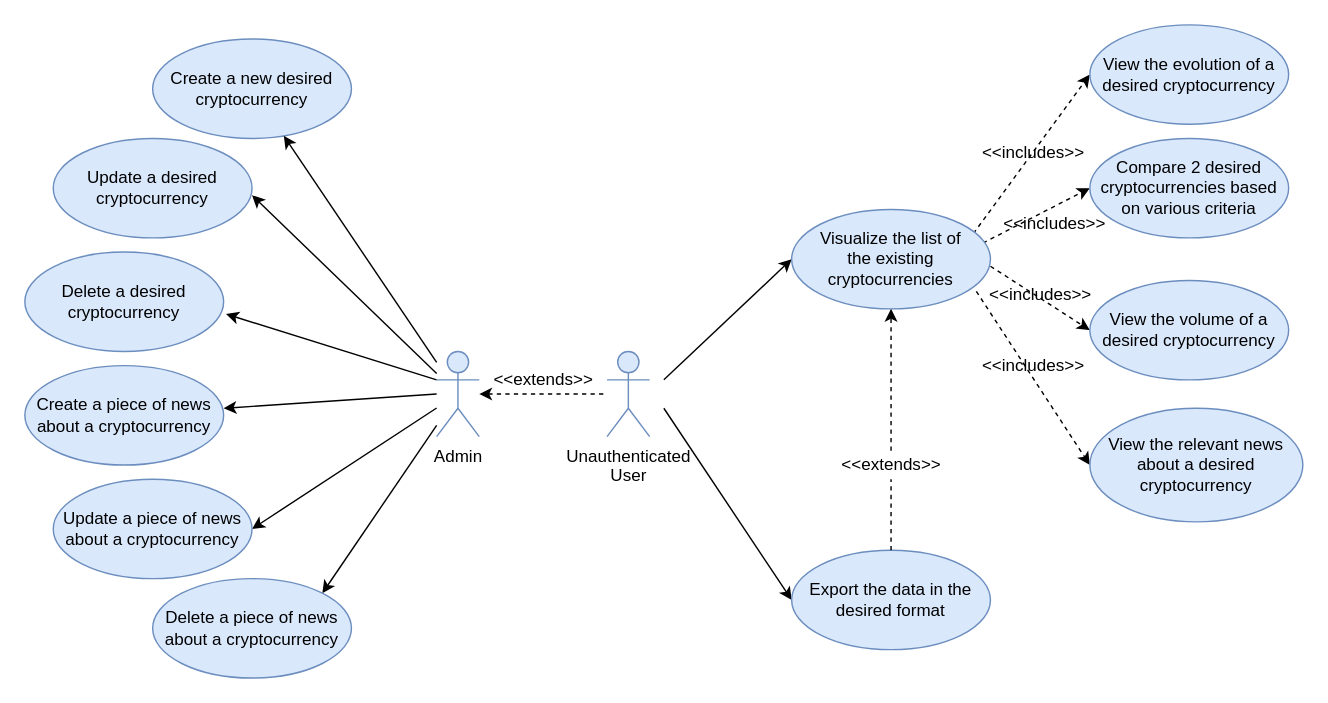
Earlier version of the draw.io diagram diagrams/use-case/UsersUseCaseDiagram.drawio (DianaCrainic/WADe_Project). Source tidied: cells renumbered, new cells numbered last; positions are measured from the earlier drawing's top-left corner, leaving out a move shared by most shapes. Both pictures are drawn from the tidied source at 142%, with x=0, y=0 at pixel (24, 24).
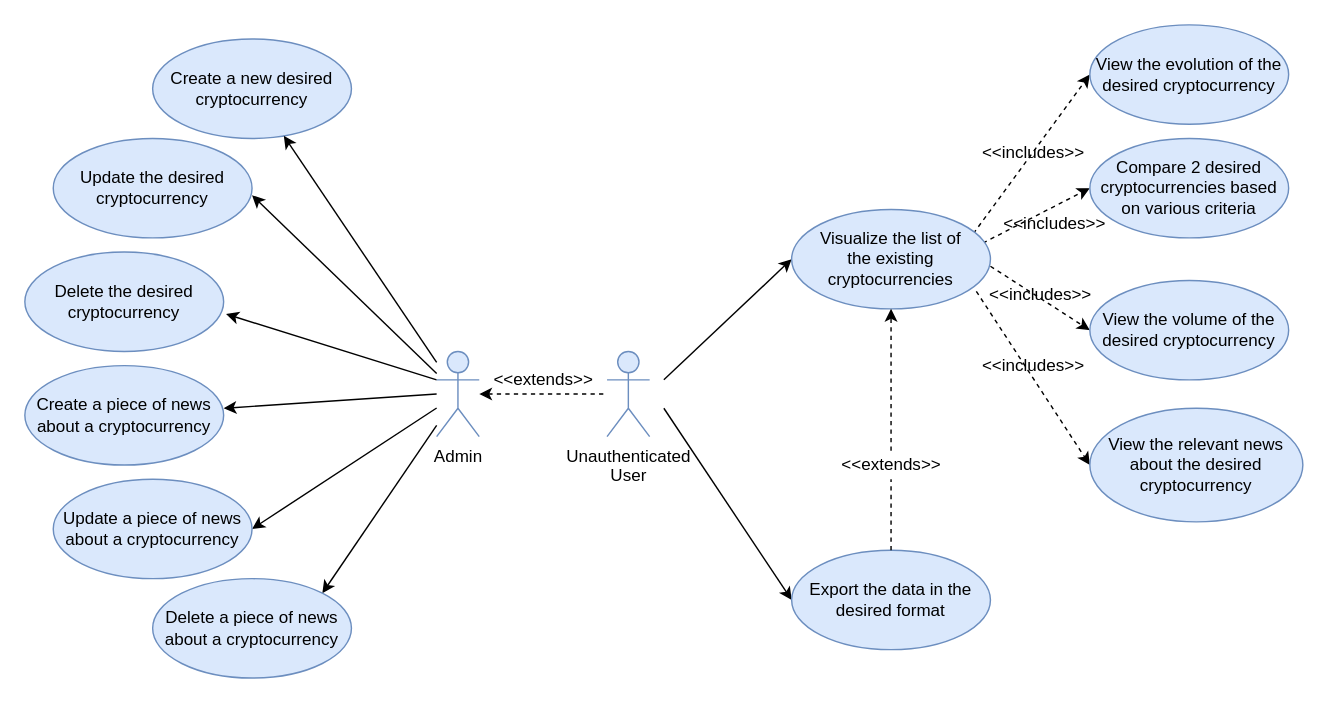
Above is the later version.

Commit message:
update use case diagram

What changed in the source:
```diff
@@
-    <mxCell id="12" value="View the volume of a desired cryptocurrency" style="ellipse;whiteSpace=wrap;html=1;fillColor=#dae8fc;strokeColor=#6c8ebf;" parent="1" vertex="1">
+    <mxCell id="12" value="View the volume of the desired cryptocurrency" style="ellipse;whiteSpace=wrap;html=1;fillColor=#dae8fc;strokeColor=#6c8ebf;" parent="1" vertex="1">
       <mxGeometry x="750" y="180" width="140" height="70" as="geometry" />
     </mxCell>
@@
-    <mxCell id="14" value="View the evolution of a desired cryptocurrency" style="ellipse;whiteSpace=wrap;html=1;fillColor=#dae8fc;strokeColor=#6c8ebf;" parent="1" vertex="1">
+    <mxCell id="14" value="View the evolution of the desired cryptocurrency" style="ellipse;whiteSpace=wrap;html=1;fillColor=#dae8fc;strokeColor=#6c8ebf;" parent="1" vertex="1">
       <mxGeometry x="750" width="140" height="70" as="geometry" />
     </mxCell>
-    <mxCell id="15" value="View the relevant news about a desired cryptocurrency" style="ellipse;whiteSpace=wrap;html=1;fillColor=#dae8fc;strokeColor=#6c8ebf;" parent="1" vertex="1">
+    <mxCell id="15" value="View the relevant news about the desired cryptocurrency" style="ellipse;whiteSpace=wrap;html=1;fillColor=#dae8fc;strokeColor=#6c8ebf;" parent="1" vertex="1">
       <mxGeometry x="750" y="270" width="150" height="80" as="geometry" />
     </mxCell>
@@
-    <mxCell id="22" value="Delete a desired cryptocurrency" style="ellipse;whiteSpace=wrap;html=1;fillColor=#dae8fc;strokeColor=#6c8ebf;" parent="1" vertex="1">
+    <mxCell id="22" value="Delete the desired cryptocurrency" style="ellipse;whiteSpace=wrap;html=1;fillColor=#dae8fc;strokeColor=#6c8ebf;" parent="1" vertex="1">
       <mxGeometry y="160" width="140" height="70" as="geometry" />
     </mxCell>
-    <mxCell id="23" value="Update a desired cryptocurrency" style="ellipse;whiteSpace=wrap;html=1;fillColor=#dae8fc;strokeColor=#6c8ebf;" parent="1" vertex="1">
+    <mxCell id="23" value="Update the desired cryptocurrency" style="ellipse;whiteSpace=wrap;html=1;fillColor=#dae8fc;strokeColor=#6c8ebf;" parent="1" vertex="1">
       <mxGeometry x="20" y="80" width="140" height="70" as="geometry" />
     </mxCell>
```
